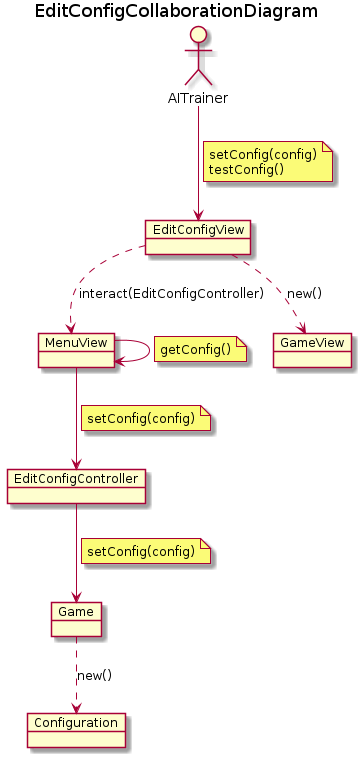
This is docs/output/analysis/use-cases/EditConfigCollaborationDiagram.png from Master-Desarrollo-20-21/patrones-diseno---practica-final---juego-de-las-damas-fraylopez, a PlantUML export, as it was before one commit.
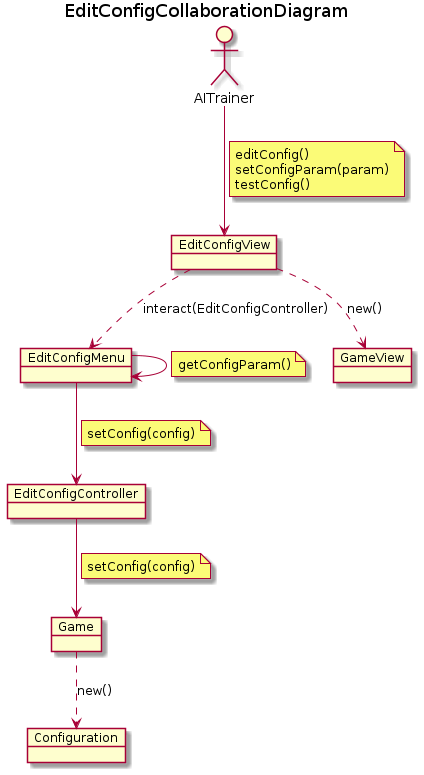
The same file after the commit.

What changed in the source:
```diff
@@ -6,7 +6,7 @@
 
 object Game
 object EditConfigView
-object MenuView
+object EditConfigMenu
 object GameView
 object EditConfigController
 object Configuration
@@ -16,17 +16,18 @@
     editConfig()
 end note
 note on link
-    setConfig(config)
+    editConfig()
+    setConfigParam(param)
     testConfig()
 end note
-EditConfigView ..> MenuView : interact(EditConfigController)
+EditConfigView ..> EditConfigMenu : interact(EditConfigController)
 
-MenuView --> MenuView
+EditConfigMenu --> EditConfigMenu
 note on link
-    getConfig()
+    getConfigParam()
 end note
 
-MenuView --> EditConfigController
+EditConfigMenu --> EditConfigController
 note on link
     setConfig(config)
 end note
```
